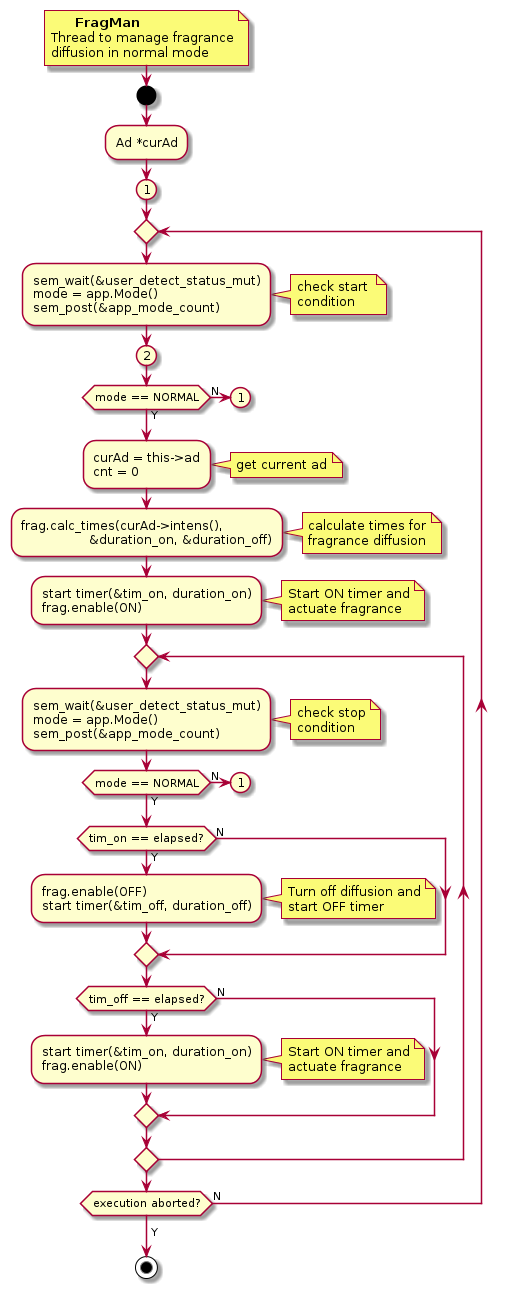
Earlier version of the PlantUML export Proj/diags/plantuml/flowchart/output/flow-local-frag-man.png (ElectroQuanta/MDO). Source of this version:
```plantuml
@startuml
!$end_bracket = "<b> </b>"
  note right
        <b>FragMan</b>
  Thread to manage fragrance
  diffusion in normal mode
  end note
start
	:Ad *curAd;
	(1)
    repeat
		:sem_wait(&user_detect_status_mut)
		mode = app.Mode()
		sem_post(&app_mode_count);
            note right
				check start
				condition
			end note
		(2)
		if(mode == NORMAL) then (N)
			(1)
			detach
		else (Y)
		endif
		:curAd = this->ad
		cnt = 0;
            note right
				get current ad
            end note
		:frag.calc_times(curAd->intens(),
		                 &duration_on, &duration_off);
            note right
				calculate times for
				fragrance diffusion
            end note
		:start timer(&tim_on, duration_on)
		frag.enable(ON);
            note right
				Start ON timer and
				actuate fragrance
            end note
		repeat
		:sem_wait(&user_detect_status_mut)
		mode = app.Mode()
		sem_post(&app_mode_count);
            note right
				check stop
				condition
			end note
		if(mode == NORMAL) then (N)
			(1)
			detach
		else (Y)
		endif
		if(tim_on == elapsed?) then (Y)
		:frag.enable(OFF)
		start timer(&tim_off, duration_off);
            note right
			Turn off diffusion and
			start OFF timer
            end note
		else (N)
		endif
		if(tim_off == elapsed?) then (Y)
		:start timer(&tim_on, duration_on)
		frag.enable(ON);
            note right
				Start ON timer and
				actuate fragrance
            end note
		else (N)
		endif
		repeat while()
    repeat while(execution aborted?) is (N)
	->Y;
	stop

@enduml
```
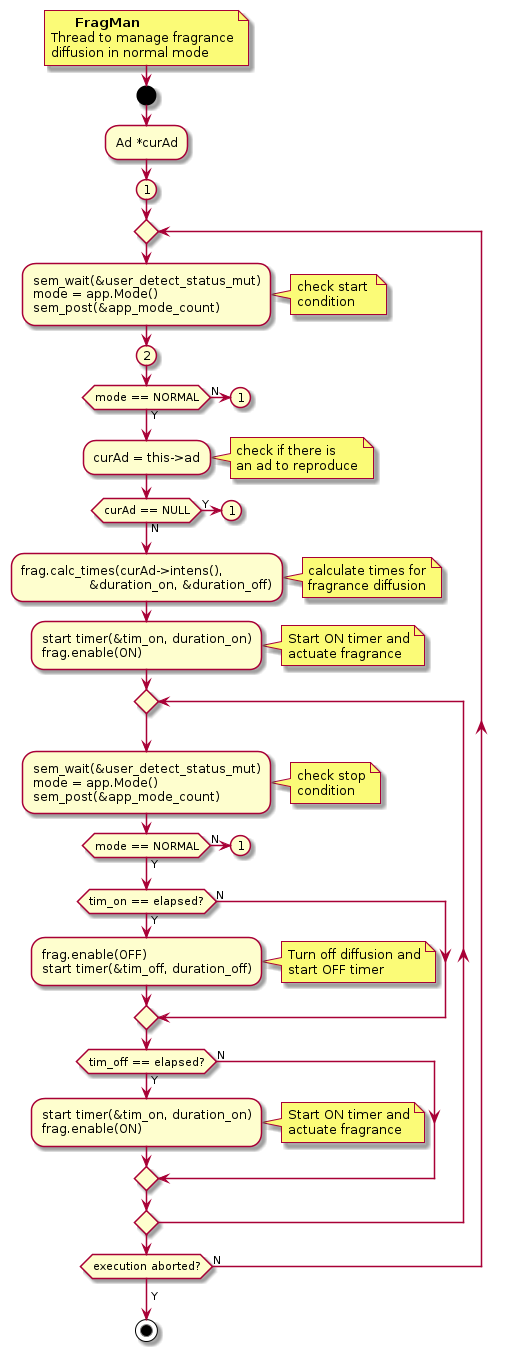
Above is the later version.

Commit message:
UPDT: Flowcharts explanation - local

The edit, as a diff of the source:
```diff
@@ -22,11 +22,16 @@
 			detach
 		else (Y)
 		endif
-		:curAd = this->ad
-		cnt = 0;
+		:curAd = this->ad;
             note right
-				get current ad
+		check if there is
+		an ad to reproduce
             end note
+		if(curAd == NULL) then (Y)
+		(1)
+		detach
+		else (N)
+		endif
 		:frag.calc_times(curAd->intens(),
 		                 &duration_on, &duration_off);
             note right
```
